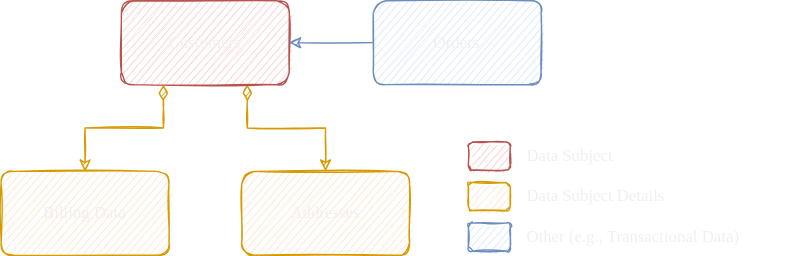
Above: guides/data-privacy/assets/Data-Subjects.drawio.svg in cap-js/docs (draw.io), before the change. Source tidied: cells renumbered, new cells last; positions are measured from the earlier drawing's top-left corner, leaving out a move shared by most shapes.
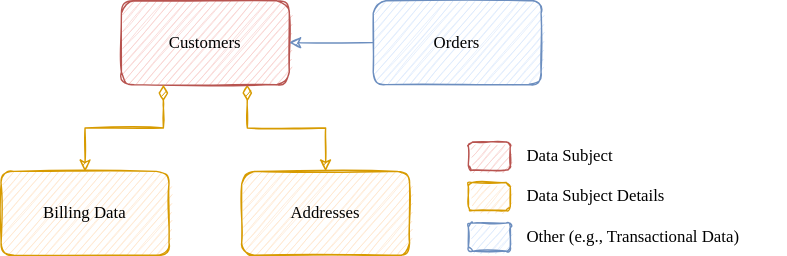
After the commit.

Diff of the diagram source:
```diff
@@ -2,52 +2,52 @@
   <root>
     <mxCell id="0" />
     <mxCell id="1" parent="0" />
-    <mxCell id="2" style="edgeStyle=orthogonalEdgeStyle;rounded=0;jettySize=auto;html=1;startArrow=diamondThin;startFill=1;sketch=1;strokeWidth=1;fillColor=#ffe6cc;strokeColor=#d79b00;targetPerimeterSpacing=0;sourcePerimeterSpacing=0;startSize=9;fontFamily=Chalkboard, &quot;Comic Sans MS&quot;;exitX=0.75;exitY=1;exitDx=0;exitDy=0;" parent="1" edge="1" source="3" target="5">
+    <mxCell id="2" style="edgeStyle=orthogonalEdgeStyle;rounded=0;jettySize=auto;html=1;startArrow=diamondThin;startFill=1;sketch=1;strokeWidth=1;fillColor=#ffe6cc;strokeColor=#d79b00;targetPerimeterSpacing=0;sourcePerimeterSpacing=0;startSize=9;fontFamily=Chalkboard, &quot;Comic Sans MS&quot;;exitX=0.75;exitY=1;exitDx=0;exitDy=0;fontColor=#000000;" parent="1" edge="1" source="3" target="5">
       <mxGeometry relative="1" as="geometry" />
     </mxCell>
-    <mxCell id="3" value="Customers" style="rounded=1;whiteSpace=wrap;html=1;sketch=1;fontFamily=Chalkboard, &quot;Comic Sans MS&quot;;strokeWidth=1;fillColor=#f8cecc;strokeColor=#b85450;" parent="1" vertex="1">
+    <mxCell id="3" value="Customers" style="rounded=1;whiteSpace=wrap;html=1;sketch=1;fontFamily=Chalkboard, &quot;Comic Sans MS&quot;;strokeWidth=1;fillColor=#f8cecc;strokeColor=#b85450;fontColor=#000000;" parent="1" vertex="1">
       <mxGeometry x="86" width="120" height="60" as="geometry" />
     </mxCell>
-    <mxCell id="4" style="rounded=0;jettySize=auto;html=1;sketch=1;strokeWidth=1;fillColor=#dae8fc;strokeColor=#6c8ebf;fontFamily=Chalkboard, &quot;Comic Sans MS&quot;;" parent="1" edge="1" source="6" target="3">
+    <mxCell id="4" style="rounded=0;jettySize=auto;html=1;sketch=1;strokeWidth=1;fillColor=#dae8fc;strokeColor=#6c8ebf;fontFamily=Chalkboard, &quot;Comic Sans MS&quot;;fontColor=#000000;" parent="1" edge="1" source="6" target="3">
       <mxGeometry relative="1" as="geometry" />
     </mxCell>
-    <mxCell id="5" value="Addresses" style="rounded=1;whiteSpace=wrap;html=1;sketch=1;fontFamily=Chalkboard, &quot;Comic Sans MS&quot;;strokeWidth=1;fillColor=#ffe6cc;strokeColor=#d79b00;" parent="1" vertex="1">
+    <mxCell id="5" value="Addresses" style="rounded=1;whiteSpace=wrap;html=1;sketch=1;fontFamily=Chalkboard, &quot;Comic Sans MS&quot;;strokeWidth=1;fillColor=#ffe6cc;strokeColor=#d79b00;fontColor=#000000;" parent="1" vertex="1">
       <mxGeometry x="172" y="122" width="120" height="60" as="geometry" />
     </mxCell>
-    <mxCell id="6" value="Orders" style="rounded=1;whiteSpace=wrap;html=1;sketch=1;fontFamily=Chalkboard, &quot;Comic Sans MS&quot;;strokeWidth=1;fillColor=#dae8fc;strokeColor=#6c8ebf;" parent="1" vertex="1">
+    <mxCell id="6" value="Orders" style="rounded=1;whiteSpace=wrap;html=1;sketch=1;fontFamily=Chalkboard, &quot;Comic Sans MS&quot;;strokeWidth=1;fillColor=#dae8fc;strokeColor=#6c8ebf;fontColor=#000000;" parent="1" vertex="1">
       <mxGeometry x="266" width="120" height="60" as="geometry" />
     </mxCell>
-    <mxCell id="7" style="group;sketch=1;fontFamily=Chalkboard, &quot;Comic Sans MS&quot;;" parent="1" vertex="1">
+    <mxCell id="7" style="group;sketch=1;fontFamily=Chalkboard, &quot;Comic Sans MS&quot;;fontColor=#000000;" parent="1" vertex="1">
       <mxGeometry x="334" y="101" width="129" height="23" as="geometry" />
     </mxCell>
-    <mxCell id="8" style="rounded=1;whiteSpace=wrap;html=1;sketch=1;fontFamily=Chalkboard, &quot;Comic Sans MS&quot;;strokeWidth=1;fillColor=#f8cecc;strokeColor=#b85450;" parent="7" vertex="1">
+    <mxCell id="8" style="rounded=1;whiteSpace=wrap;html=1;sketch=1;fontFamily=Chalkboard, &quot;Comic Sans MS&quot;;strokeWidth=1;fillColor=#f8cecc;strokeColor=#b85450;fontColor=#000000;" parent="7" vertex="1">
       <mxGeometry width="30" height="20" as="geometry" />
     </mxCell>
-    <mxCell id="9" value="Data Subject" style="text;html=1;align=left;verticalAlign=middle;strokeColor=none;fillColor=none;sketch=1;fontFamily=Chalkboard, &quot;Comic Sans MS&quot;;" parent="7" vertex="1">
+    <mxCell id="9" value="Data Subject" style="text;html=1;align=left;verticalAlign=middle;strokeColor=none;fillColor=none;sketch=1;fontFamily=Chalkboard, &quot;Comic Sans MS&quot;;fontColor=#000000;" parent="7" vertex="1">
       <mxGeometry x="40" y="-3" width="89" height="26" as="geometry" />
     </mxCell>
-    <mxCell id="10" style="group;sketch=1;fontFamily=Chalkboard, &quot;Comic Sans MS&quot;;" parent="1" vertex="1">
+    <mxCell id="10" style="group;sketch=1;fontFamily=Chalkboard, &quot;Comic Sans MS&quot;;fontColor=#000000;" parent="1" vertex="1">
       <mxGeometry x="334" y="130" width="170" height="23" as="geometry" />
     </mxCell>
-    <mxCell id="11" style="rounded=1;whiteSpace=wrap;html=1;sketch=1;fontFamily=Chalkboard, &quot;Comic Sans MS&quot;;strokeWidth=1;fillColor=#ffe6cc;strokeColor=#d79b00;" parent="10" vertex="1">
+    <mxCell id="11" style="rounded=1;whiteSpace=wrap;html=1;sketch=1;fontFamily=Chalkboard, &quot;Comic Sans MS&quot;;strokeWidth=1;fillColor=#ffe6cc;strokeColor=#d79b00;fontColor=#000000;" parent="10" vertex="1">
       <mxGeometry width="30" height="20" as="geometry" />
     </mxCell>
-    <mxCell id="12" value="Data Subject Details" style="text;html=1;align=left;verticalAlign=middle;strokeColor=none;fillColor=none;sketch=1;fontFamily=Chalkboard, &quot;Comic Sans MS&quot;;" parent="10" vertex="1">
+    <mxCell id="12" value="Data Subject Details" style="text;html=1;align=left;verticalAlign=middle;strokeColor=none;fillColor=none;sketch=1;fontFamily=Chalkboard, &quot;Comic Sans MS&quot;;fontColor=#000000;" parent="10" vertex="1">
       <mxGeometry x="40" y="-3" width="130" height="26" as="geometry" />
     </mxCell>
-    <mxCell id="13" style="group;sketch=1;fontFamily=Chalkboard, &quot;Comic Sans MS&quot;;" parent="1" vertex="1">
+    <mxCell id="13" style="group;sketch=1;fontFamily=Chalkboard, &quot;Comic Sans MS&quot;;fontColor=#000000;" parent="1" vertex="1">
       <mxGeometry x="334" y="159" width="227" height="23" as="geometry" />
     </mxCell>
-    <mxCell id="14" style="rounded=1;whiteSpace=wrap;html=1;sketch=1;fontFamily=Chalkboard, &quot;Comic Sans MS&quot;;strokeWidth=1;fillColor=#dae8fc;strokeColor=#6c8ebf;" parent="13" vertex="1">
+    <mxCell id="14" style="rounded=1;whiteSpace=wrap;html=1;sketch=1;fontFamily=Chalkboard, &quot;Comic Sans MS&quot;;strokeWidth=1;fillColor=#dae8fc;strokeColor=#6c8ebf;fontColor=#000000;" parent="13" vertex="1">
       <mxGeometry width="30" height="20" as="geometry" />
     </mxCell>
-    <mxCell id="15" value="Other (e.g., Transactional Data&lt;span style=&quot;background-color: initial;&quot;&gt;)&lt;/span&gt;" style="text;html=1;align=left;verticalAlign=middle;strokeColor=none;fillColor=none;sketch=1;fontFamily=Chalkboard, &quot;Comic Sans MS&quot;;" parent="13" vertex="1">
+    <mxCell id="15" value="Other (e.g., Transactional Data&lt;span style=&quot;background-color: initial;&quot;&gt;)&lt;/span&gt;" style="text;html=1;align=left;verticalAlign=middle;strokeColor=none;fillColor=none;sketch=1;fontFamily=Chalkboard, &quot;Comic Sans MS&quot;;fontColor=#000000;" parent="13" vertex="1">
       <mxGeometry x="40" y="-3" width="187" height="26" as="geometry" />
     </mxCell>
-    <mxCell id="16" value="Billing Data" style="rounded=1;whiteSpace=wrap;html=1;sketch=1;fontFamily=Chalkboard, &quot;Comic Sans MS&quot;;strokeWidth=1;fillColor=#ffe6cc;strokeColor=#d79b00;" parent="1" vertex="1">
+    <mxCell id="16" value="Billing Data" style="rounded=1;whiteSpace=wrap;html=1;sketch=1;fontFamily=Chalkboard, &quot;Comic Sans MS&quot;;strokeWidth=1;fillColor=#ffe6cc;strokeColor=#d79b00;fontColor=#000000;" parent="1" vertex="1">
       <mxGeometry y="122" width="120" height="60" as="geometry" />
     </mxCell>
-    <mxCell id="17" style="edgeStyle=orthogonalEdgeStyle;rounded=0;jettySize=auto;html=1;startArrow=diamondThin;startFill=1;sketch=1;strokeWidth=1;fillColor=#ffe6cc;strokeColor=#d79b00;targetPerimeterSpacing=0;sourcePerimeterSpacing=0;startSize=9;fontFamily=Chalkboard, &quot;Comic Sans MS&quot;;exitX=0.25;exitY=1;exitDx=0;exitDy=0;entryX=0.5;entryY=0;entryDx=0;entryDy=0;" parent="1" edge="1" source="3" target="16">
+    <mxCell id="17" style="edgeStyle=orthogonalEdgeStyle;rounded=0;jettySize=auto;html=1;startArrow=diamondThin;startFill=1;sketch=1;strokeWidth=1;fillColor=#ffe6cc;strokeColor=#d79b00;targetPerimeterSpacing=0;sourcePerimeterSpacing=0;startSize=9;fontFamily=Chalkboard, &quot;Comic Sans MS&quot;;exitX=0.25;exitY=1;exitDx=0;exitDy=0;entryX=0.5;entryY=0;entryDx=0;entryDy=0;fontColor=#000000;" parent="1" edge="1" source="3" target="16">
       <mxGeometry relative="1" as="geometry" />
     </mxCell>
   </root>
```
